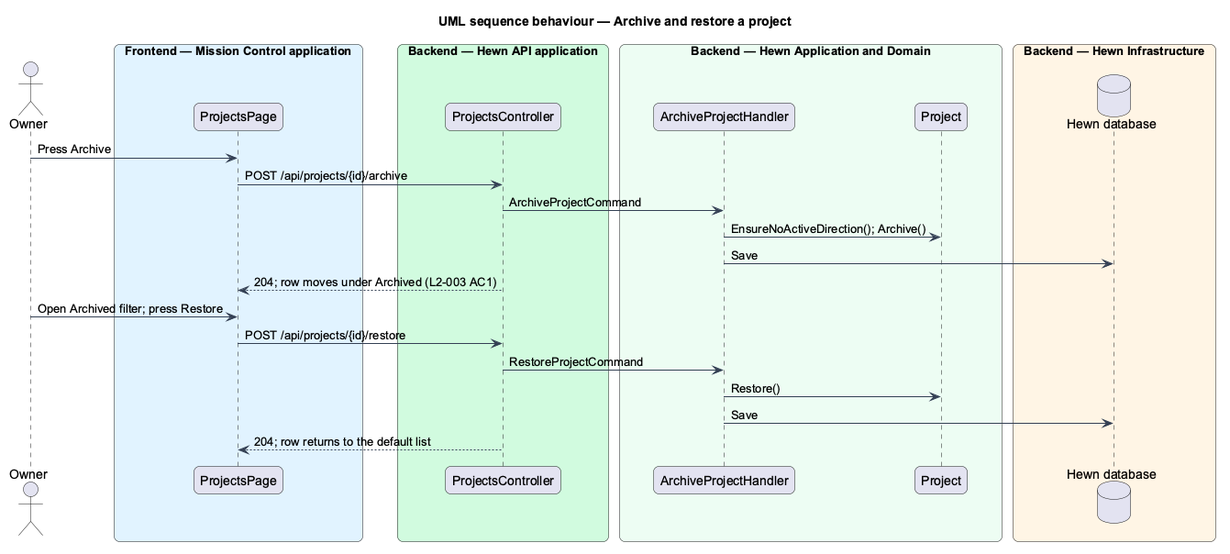
QuinntyneBrown/hewn keeps this PlantUML diagram as docs/detailed-designs/projects/archive-and-delete-project/diagrams/sequence-archive-restore.png. Above is the earlier version. The source it was exported from:
```plantuml
@startuml
title UML sequence behaviour — Archive and restore a project
skinparam backgroundColor #FFFFFF
skinparam shadowing false
skinparam roundcorner 12
skinparam defaultFontName Arial
skinparam ArrowColor #344054
skinparam rectangle {
  BorderColor #344054
  FontColor #101828
}
skinparam package {
  BorderColor #667085
  FontColor #101828
  BackgroundColor #F9FAFB
}
skinparam sequenceMessageAlign left
actor "Owner" as owner
box "Frontend — Mission Control application" #E0F2FE
  participant "ProjectsPage" as page
end box
box "Backend — Hewn API application" #D1FADF
  participant "ProjectsController" as ctrl
end box
box "Backend — Hewn Application and Domain" #ECFDF3
  participant "ArchiveProjectHandler" as arch
  participant "Project" as proj
end box
box "Backend — Hewn Infrastructure" #FFF4E5
  database "Hewn database" as db
end box
owner -> page : Press Archive
page -> ctrl : POST /api/projects/{id}/archive
ctrl -> arch : ArchiveProjectCommand
arch -> proj : EnsureNoActiveDirection(); Archive()
arch -> db : Save
ctrl --> page : 204; row moves under Archived (L2-003 AC1)
owner -> page : Open Archived filter; press Restore
page -> ctrl : POST /api/projects/{id}/restore
ctrl -> arch : RestoreProjectCommand
arch -> proj : Restore()
arch -> db : Save
ctrl --> page : 204; row returns to the default list
@enduml
```
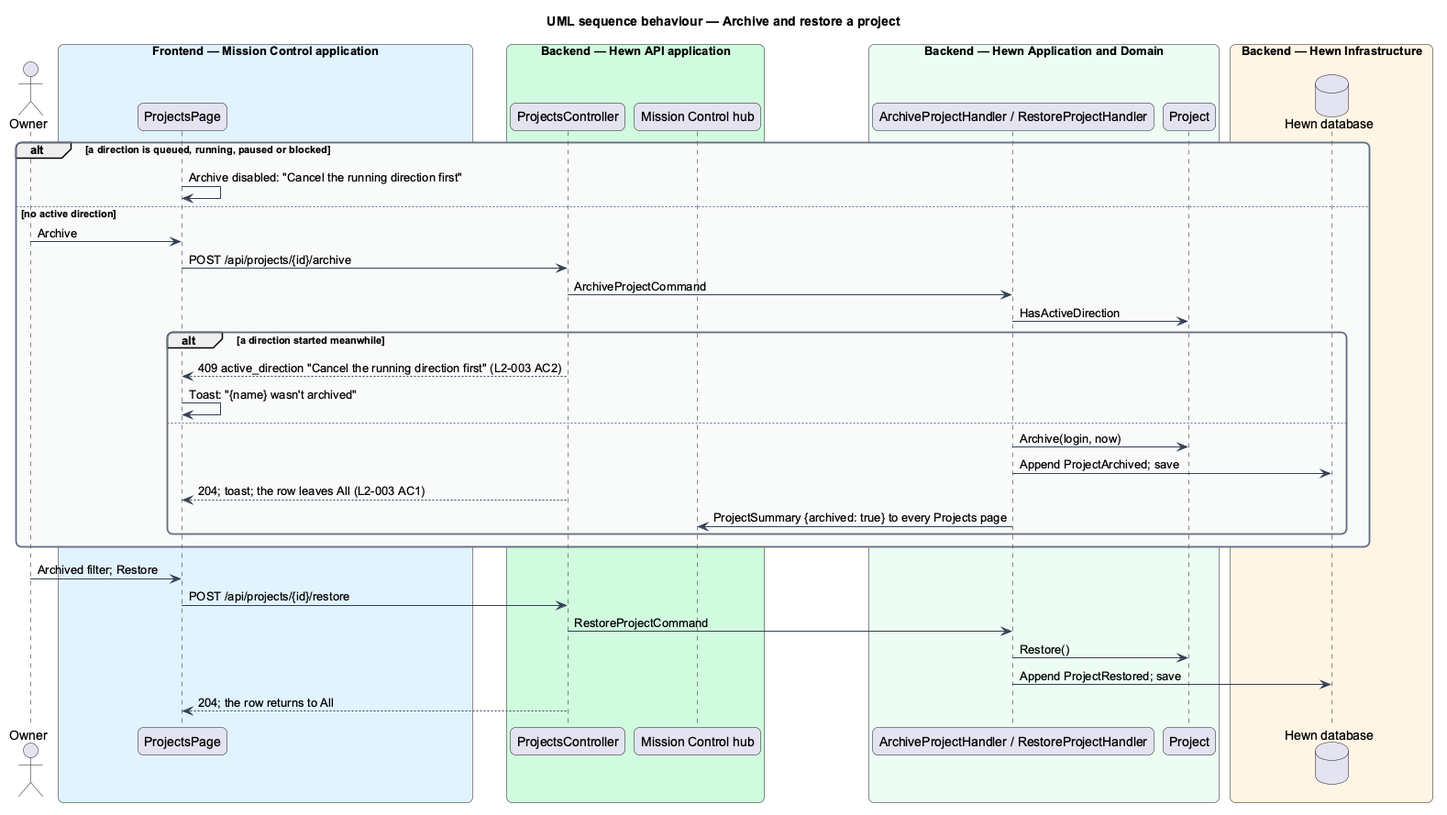
The same file after the commit.

Diff of the diagram source:
```diff
@@ -21,24 +21,36 @@
 end box
 box "Backend — Hewn API application" #D1FADF
   participant "ProjectsController" as ctrl
+  participant "Mission Control hub" as hub
 end box
 box "Backend — Hewn Application and Domain" #ECFDF3
-  participant "ArchiveProjectHandler" as arch
+  participant "ArchiveProjectHandler / RestoreProjectHandler" as arch
   participant "Project" as proj
 end box
 box "Backend — Hewn Infrastructure" #FFF4E5
   database "Hewn database" as db
 end box
-owner -> page : Press Archive
-page -> ctrl : POST /api/projects/{id}/archive
-ctrl -> arch : ArchiveProjectCommand
-arch -> proj : EnsureNoActiveDirection(); Archive()
-arch -> db : Save
-ctrl --> page : 204; row moves under Archived (L2-003 AC1)
-owner -> page : Open Archived filter; press Restore
+alt a direction is queued, running, paused or blocked
+  page -> page : Archive disabled: "Cancel the running direction first"
+else no active direction
+  owner -> page : Archive
+  page -> ctrl : POST /api/projects/{id}/archive
+  ctrl -> arch : ArchiveProjectCommand
+  arch -> proj : HasActiveDirection
+  alt a direction started meanwhile
+    ctrl --> page : 409 active_direction "Cancel the running direction first" (L2-003 AC2)
+    page -> page : Toast: "{name} wasn't archived"
+  else
+    arch -> proj : Archive(login, now)
+    arch -> db : Append ProjectArchived; save
+    ctrl --> page : 204; toast; the row leaves All (L2-003 AC1)
+    arch -> hub : ProjectSummary {archived: true} to every Projects page
+  end
+end
+owner -> page : Archived filter; Restore
 page -> ctrl : POST /api/projects/{id}/restore
 ctrl -> arch : RestoreProjectCommand
 arch -> proj : Restore()
-arch -> db : Save
-ctrl --> page : 204; row returns to the default list
+arch -> db : Append ProjectRestored; save
+ctrl --> page : 204; the row returns to All
 @enduml
```
